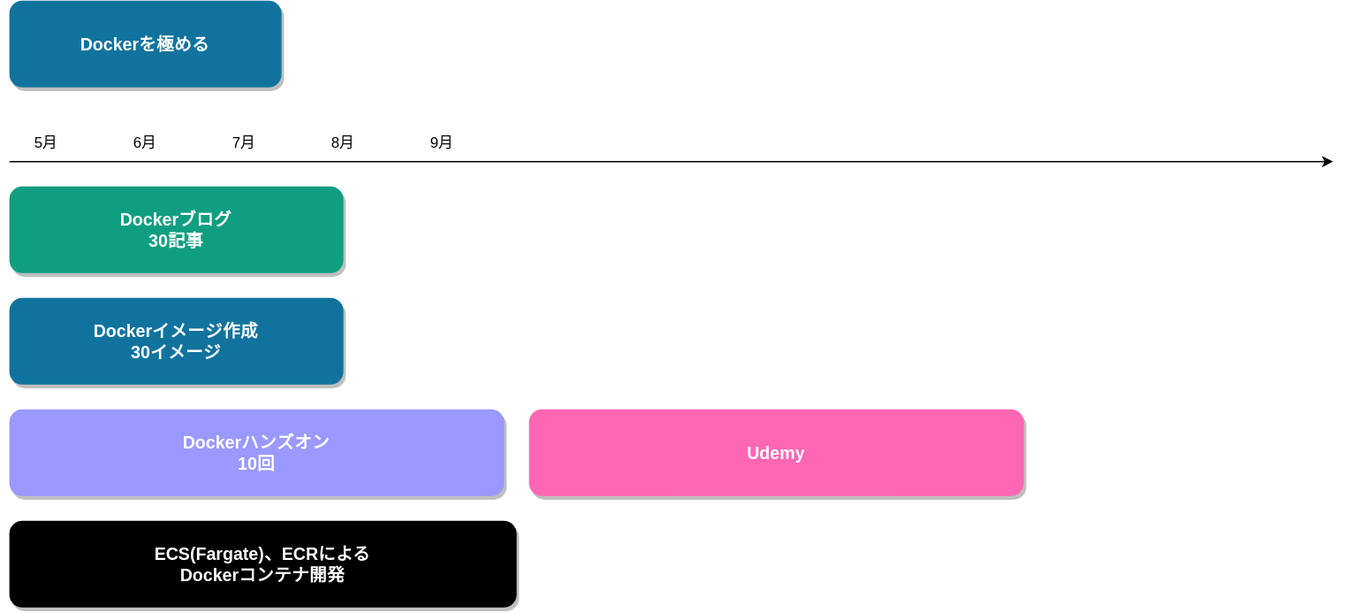
This is 人生設計-4年計画.drawio.svg from minegishirei/draw_v1, a draw.io export, as it was before one commit. Source tidied: cells renumbered, new cells last; positions are measured from the earlier drawing's top-left corner, leaving out a move shared by most shapes.
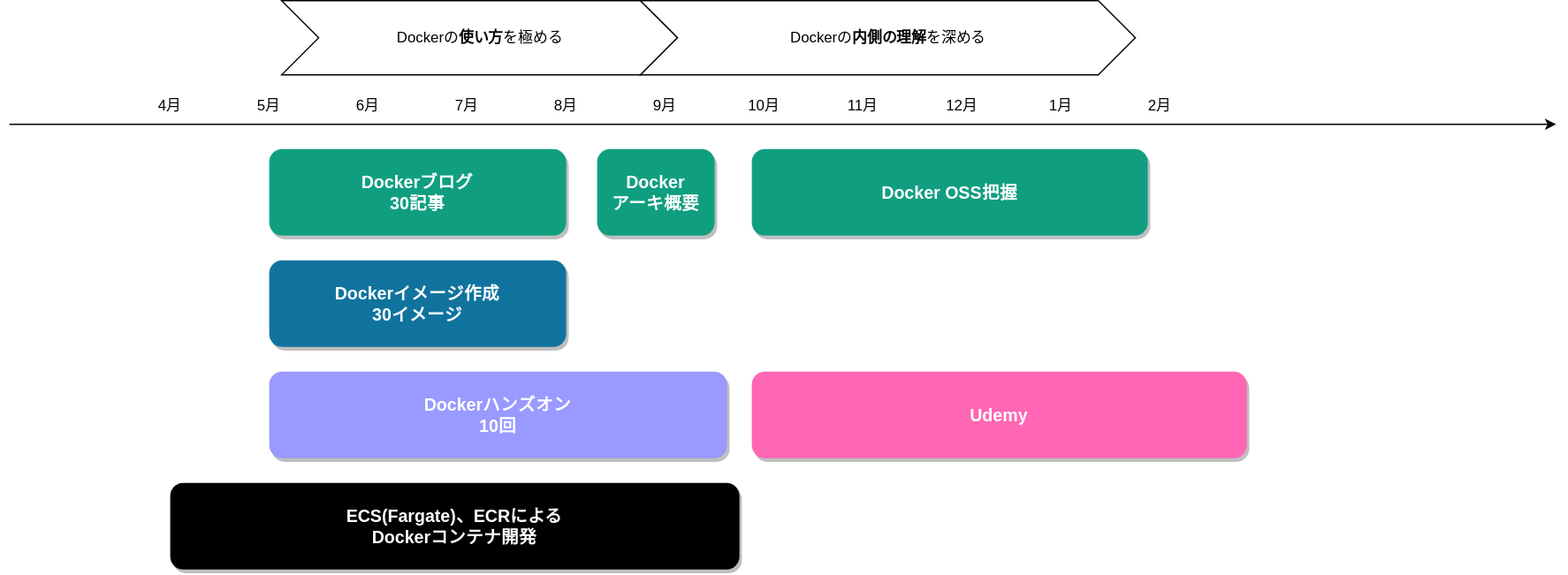
Later version of the same file.

Commit message:
人生設計-4年計画.drawio.svg を追加しました。

Change to the diagram source:
```diff
@@ -2,29 +2,26 @@
   <root>
     <mxCell id="0" />
     <mxCell id="1" parent="0" />
-    <mxCell id="2" value="Dockerを極める" style="rounded=1;fillColor=#10739E;strokeColor=none;shadow=1;gradientColor=none;fontStyle=1;fontColor=#FFFFFF;fontSize=14;" parent="1" vertex="1">
-      <mxGeometry width="220" height="70" as="geometry" />
-    </mxCell>
     <mxCell id="3" value="Dockerブログ&#10;30記事" style="rounded=1;fillColor=#109e81;strokeColor=none;shadow=1;gradientColor=none;fontStyle=1;fontColor=#FFFFFF;fontSize=14;" parent="1" vertex="1">
-      <mxGeometry y="150" width="270" height="70" as="geometry" />
+      <mxGeometry x="30" y="150" width="240" height="70" as="geometry" />
     </mxCell>
     <mxCell id="4" value="Dockerイメージ作成&#10;30イメージ" style="rounded=1;fillColor=#10739E;strokeColor=none;shadow=1;gradientColor=none;fontStyle=1;fontColor=#FFFFFF;fontSize=14;" parent="1" vertex="1">
-      <mxGeometry y="240" width="270" height="70" as="geometry" />
+      <mxGeometry x="30" y="240" width="240" height="70" as="geometry" />
     </mxCell>
     <mxCell id="5" value="Dockerハンズオン&#10;10回" style="rounded=1;fillColor=#9999FF;strokeColor=none;shadow=1;gradientColor=none;fontStyle=1;fontColor=#FFFFFF;fontSize=14;" parent="1" vertex="1">
-      <mxGeometry y="330" width="400" height="70" as="geometry" />
+      <mxGeometry x="30" y="330" width="370" height="70" as="geometry" />
     </mxCell>
     <mxCell id="6" value="Udemy" style="rounded=1;fillColor=#FF66B3;strokeColor=none;shadow=1;gradientColor=none;fontStyle=1;fontColor=#FFFFFF;fontSize=14;" parent="1" vertex="1">
       <mxGeometry x="420" y="330" width="400" height="70" as="geometry" />
     </mxCell>
     <mxCell id="7" style="endArrow=classic;html=1;rounded=0;" parent="1" edge="1">
       <mxGeometry relative="1" as="geometry">
-        <mxPoint y="130" as="sourcePoint" />
+        <mxPoint x="-180" y="130" as="sourcePoint" />
         <mxPoint x="1070" y="130" as="targetPoint" />
       </mxGeometry>
     </mxCell>
     <mxCell id="8" value="ECS(Fargate)、ECRによる&#10;Dockerコンテナ開発" style="rounded=1;fillColor=#000000;strokeColor=none;shadow=1;gradientColor=none;fontStyle=1;fontColor=#FFFFFF;fontSize=14;" parent="1" vertex="1">
-      <mxGeometry y="420" width="410" height="70" as="geometry" />
+      <mxGeometry x="-50" y="420" width="460" height="70" as="geometry" />
     </mxCell>
     <mxCell id="9" value="5月" style="text;html=1;strokeColor=none;fillColor=none;align=center;verticalAlign=middle;whiteSpace=wrap;rounded=0;" parent="1" vertex="1">
       <mxGeometry y="100" width="60" height="30" as="geometry" />
@@ -41,5 +38,35 @@
     <mxCell id="13" value="9月" style="text;html=1;strokeColor=none;fillColor=none;align=center;verticalAlign=middle;whiteSpace=wrap;rounded=0;" parent="1" vertex="1">
       <mxGeometry x="320" y="100" width="60" height="30" as="geometry" />
     </mxCell>
+    <mxCell id="14" value="10月" style="text;html=1;strokeColor=none;fillColor=none;align=center;verticalAlign=middle;whiteSpace=wrap;rounded=0;" parent="1" vertex="1">
+      <mxGeometry x="400" y="100" width="60" height="30" as="geometry" />
+    </mxCell>
+    <mxCell id="15" value="11月" style="text;html=1;strokeColor=none;fillColor=none;align=center;verticalAlign=middle;whiteSpace=wrap;rounded=0;" parent="1" vertex="1">
+      <mxGeometry x="480" y="100" width="60" height="30" as="geometry" />
+    </mxCell>
+    <mxCell id="16" value="12月" style="text;html=1;strokeColor=none;fillColor=none;align=center;verticalAlign=middle;whiteSpace=wrap;rounded=0;" parent="1" vertex="1">
+      <mxGeometry x="560" y="100" width="60" height="30" as="geometry" />
+    </mxCell>
+    <mxCell id="17" value="4月" style="text;html=1;strokeColor=none;fillColor=none;align=center;verticalAlign=middle;whiteSpace=wrap;rounded=0;" parent="1" vertex="1">
+      <mxGeometry x="-80" y="100" width="60" height="30" as="geometry" />
+    </mxCell>
+    <mxCell id="18" value="Docker&#10;アーキ概要" style="rounded=1;fillColor=#109e81;strokeColor=none;shadow=1;gradientColor=none;fontStyle=1;fontColor=#FFFFFF;fontSize=14;" parent="1" vertex="1">
+      <mxGeometry x="295" y="150" width="95" height="70" as="geometry" />
+    </mxCell>
+    <mxCell id="19" value="Docker OSS把握" style="rounded=1;fillColor=#109e81;strokeColor=none;shadow=1;gradientColor=none;fontStyle=1;fontColor=#FFFFFF;fontSize=14;" parent="1" vertex="1">
+      <mxGeometry x="420" y="150" width="320" height="70" as="geometry" />
+    </mxCell>
+    <mxCell id="20" value="1月" style="text;html=1;strokeColor=none;fillColor=none;align=center;verticalAlign=middle;whiteSpace=wrap;rounded=0;" parent="1" vertex="1">
+      <mxGeometry x="640" y="100" width="60" height="30" as="geometry" />
+    </mxCell>
+    <mxCell id="21" value="2月" style="text;html=1;strokeColor=none;fillColor=none;align=center;verticalAlign=middle;whiteSpace=wrap;rounded=0;" parent="1" vertex="1">
+      <mxGeometry x="720" y="100" width="60" height="30" as="geometry" />
+    </mxCell>
+    <mxCell id="22" value="Dockerの&lt;b&gt;使い方&lt;/b&gt;を極める" style="html=1;shadow=0;dashed=0;align=center;verticalAlign=middle;shape=mxgraph.arrows2.arrow;dy=0;dx=30;notch=30;" parent="1" vertex="1">
+      <mxGeometry x="40" y="30" width="320" height="60" as="geometry" />
+    </mxCell>
+    <mxCell id="23" value="Dockerの&lt;b&gt;内側の理解&lt;/b&gt;を深める" style="html=1;shadow=0;dashed=0;align=center;verticalAlign=middle;shape=mxgraph.arrows2.arrow;dy=0;dx=30;notch=30;" parent="1" vertex="1">
+      <mxGeometry x="330" y="30" width="400" height="60" as="geometry" />
+    </mxCell>
   </root>
 </mxGraphModel>
```
